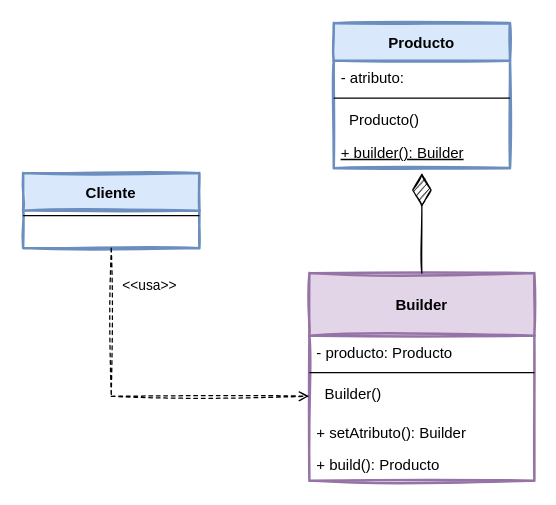
Before: page "Builder - Plantilla C" (3 of 6) of Builder.drawio in JavaTutoriales/Builder, a draw.io diagram. Source tidied: cells renumbered, new cells numbered last; positions are measured from the earlier drawing's top-left corner, leaving out a move shared by most shapes. Both pictures are drawn from the tidied source at 125%, with x=0, y=0 at pixel (22, 22).
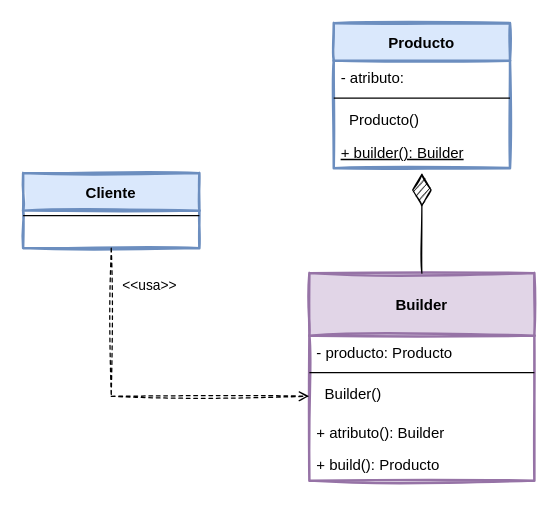
The same page after the edit.

The edit, as a diff of the source:
```diff
@@
 <mxGraphModel>
   <root>
     <mxCell id="0" />
     <mxCell id="1" parent="0" />
     <mxCell id="2" value="Builder" style="swimlane;fontStyle=1;align=center;verticalAlign=middle;horizontal=1;startSize=50;rounded=0;shadow=0;strokeWidth=2;strokeColor=#9673a6;fillColor=#e1d5e7;swimlaneFillColor=rgba(255, 255, 255, 1);sketch=1;fillStyle=solid;" parent="1" vertex="1">
       <mxGeometry x="229" y="200" width="180" height="166" as="geometry" />
     </mxCell>
     <mxCell id="3" value="- producto: Producto" style="text;strokeColor=none;fillColor=none;align=left;verticalAlign=top;spacingLeft=4;spacingRight=4;overflow=hidden;sketch=1;" parent="2" vertex="1">
       <mxGeometry y="50" width="180" height="26" as="geometry" />
     </mxCell>
     <mxCell id="4" style="line;html=1;strokeWidth=1;align=left;verticalAlign=middle;spacingTop=-1;spacingLeft=3;spacingRight=3;labelPosition=right;" parent="2" vertex="1">
       <mxGeometry y="76" width="180" height="7" as="geometry" />
     </mxCell>
     <mxCell id="5" value="  Builder()" style="text;strokeColor=none;fillColor=none;align=left;verticalAlign=top;spacingLeft=4;spacingRight=4;overflow=hidden;points=[[0,0.5],[1,0.5]];portConstraint=eastwest;rounded=1;sketch=1;fillStyle=solid;startSize=30;" parent="2" vertex="1">
       <mxGeometry y="83" width="180" height="31" as="geometry" />
     </mxCell>
-    <mxCell id="6" value="+ setAtributo(): Builder" style="text;strokeColor=none;fillColor=none;align=left;verticalAlign=top;spacingLeft=4;spacingRight=4;overflow=hidden;sketch=1;" parent="2" vertex="1">
+    <mxCell id="6" value="+ atributo(): Builder" style="text;strokeColor=none;fillColor=none;align=left;verticalAlign=top;spacingLeft=4;spacingRight=4;overflow=hidden;sketch=1;" parent="2" vertex="1">
       <mxGeometry y="114" width="180" height="26" as="geometry" />
     </mxCell>
     <mxCell id="7" value="+ build(): Producto" style="text;strokeColor=none;fillColor=none;align=left;verticalAlign=top;spacingLeft=4;spacingRight=4;overflow=hidden;sketch=1;" parent="2" vertex="1">
       <mxGeometry y="140" width="180" height="26" as="geometry" />
     </mxCell>
     <mxCell id="8" value="Producto" style="swimlane;fontStyle=1;align=center;verticalAlign=middle;horizontal=1;startSize=30;rounded=0;shadow=0;strokeWidth=2;strokeColor=#6c8ebf;fillColor=#dae8fc;swimlaneFillColor=rgba(255, 255, 255, 1);sketch=1;fillStyle=solid;" parent="1" vertex="1">
       <mxGeometry x="248.5" width="141" height="116" as="geometry" />
     </mxCell>
     <mxCell id="9" value="- atributo: " style="text;strokeColor=none;fillColor=none;align=left;verticalAlign=top;spacingLeft=4;spacingRight=4;overflow=hidden;sketch=1;" parent="8" vertex="1">
       <mxGeometry y="30" width="141" height="26" as="geometry" />
     </mxCell>
     <mxCell id="10" style="line;html=1;strokeWidth=1;align=left;verticalAlign=middle;spacingTop=-1;spacingLeft=3;spacingRight=3;labelPosition=right;" parent="8" vertex="1">
       <mxGeometry y="56" width="141" height="8" as="geometry" />
     </mxCell>
     <mxCell id="11" value="  Producto()" style="text;strokeColor=none;fillColor=none;align=left;verticalAlign=top;spacingLeft=4;spacingRight=4;overflow=hidden;sketch=1;" parent="8" vertex="1">
       <mxGeometry y="64" width="141" height="26" as="geometry" />
     </mxCell>
     <mxCell id="12" value="+ builder(): Builder" style="text;strokeColor=none;fillColor=none;align=left;verticalAlign=top;spacingLeft=4;spacingRight=4;overflow=hidden;points=[[0,0.5],[1,0.5]];portConstraint=eastwest;sketch=1;fontStyle=4;" parent="8" vertex="1">
       <mxGeometry y="90" width="141" height="26" as="geometry" />
     </mxCell>
     <mxCell id="13" value="Cliente" style="swimlane;fontStyle=1;align=center;verticalAlign=middle;horizontal=1;startSize=30;rounded=0;shadow=0;strokeWidth=2;strokeColor=#6c8ebf;fillColor=#dae8fc;swimlaneFillColor=rgba(255, 255, 255, 1);sketch=1;fillStyle=solid;" parent="1" vertex="1">
       <mxGeometry y="120" width="141" height="60" as="geometry" />
     </mxCell>
     <mxCell id="14" style="line;html=1;strokeWidth=1;align=left;verticalAlign=middle;spacingTop=-1;spacingLeft=3;spacingRight=3;labelPosition=right;" parent="13" vertex="1">
       <mxGeometry y="30" width="141" height="8" as="geometry" />
     </mxCell>
     <mxCell id="15" value="&amp;lt;&amp;lt;usa&amp;gt;&amp;gt;" style="edgeStyle=orthogonalEdgeStyle;rounded=0;jettySize=auto;html=1;startSize=30;dashed=1;endFill=0;endArrow=open;exitX=0.5;exitY=1;exitDx=0;exitDy=0;sketch=1;entryX=0;entryY=0.5;entryDx=0;entryDy=0;" parent="1" edge="1" source="13" target="5">
       <mxGeometry x="-0.78" y="30" relative="1" as="geometry">
         <Array as="points">
           <mxPoint x="71" y="299" />
         </Array>
       </mxGeometry>
     </mxCell>
     <mxCell id="16" style="endArrow=diamondThin;endFill=1;endSize=24;html=1;rounded=0;sketch=1;exitX=0.5;exitY=0;exitDx=0;exitDy=0;entryX=0.5;entryY=1.154;entryDx=0;entryDy=0;entryPerimeter=0;" parent="1" edge="1" source="2" target="12">
       <mxGeometry relative="1" as="geometry" />
     </mxCell>
   </root>
 </mxGraphModel>
```
